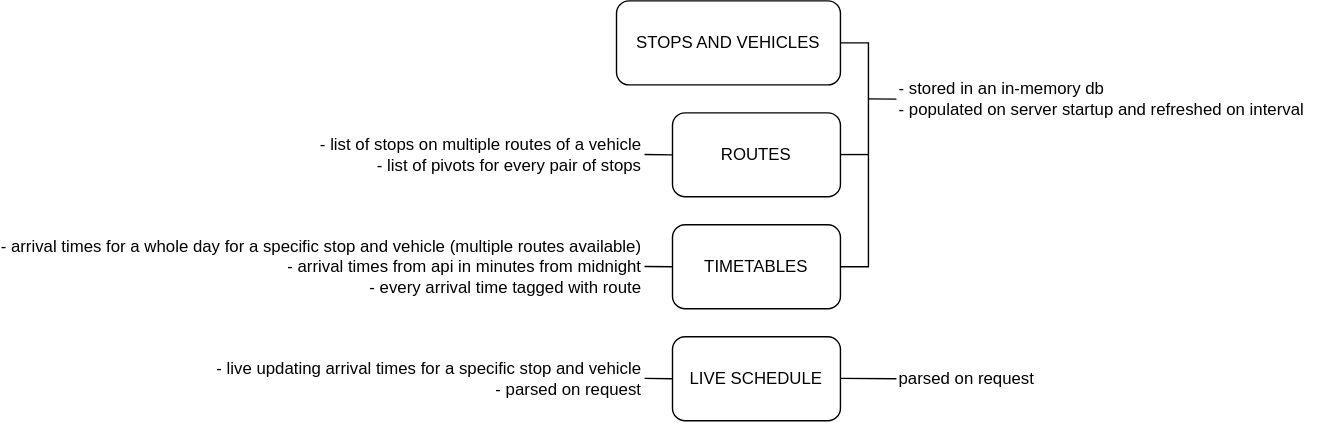
Before: diagrams/components.drawio.svg, a diagram exported from draw.io (BlazekWasTaken/mpk-lodz-parser-net). Source tidied: cells renumbered, new cells last; positions are measured from the earlier drawing's top-left corner, leaving out a move shared by most shapes.
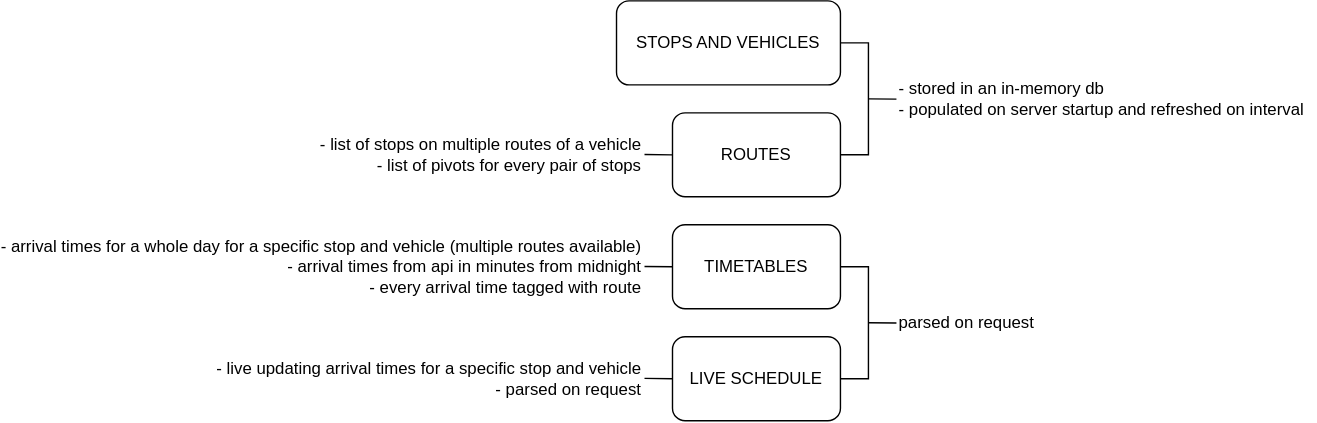
The same diagram one commit later.

Change to the diagram source:
```diff
@@ -5,11 +5,11 @@
     <mxCell id="2" value="STOPS AND VEHICLES" style="rounded=1;whiteSpace=wrap;html=1;" parent="1" vertex="1">
       <mxGeometry x="440" width="160" height="60" as="geometry" />
     </mxCell>
-    <mxCell id="3" style="endArrow=none;html=1;rounded=0;exitX=1;exitY=0.5;exitDx=0;exitDy=0;entryX=1;entryY=0.5;entryDx=0;entryDy=0;" parent="1" edge="1" source="2" target="7">
+    <mxCell id="3" style="endArrow=none;html=1;rounded=0;exitX=1;exitY=0.5;exitDx=0;exitDy=0;entryX=1;entryY=0.5;entryDx=0;entryDy=0;" parent="1" edge="1" source="2" target="8">
       <mxGeometry relative="1" as="geometry">
         <Array as="points">
           <mxPoint x="620" y="30" />
-          <mxPoint x="620" y="190" />
+          <mxPoint x="620" y="110" />
         </Array>
       </mxGeometry>
     </mxCell>
@@ -31,14 +31,8 @@
     <mxCell id="8" value="ROUTES" style="rounded=1;whiteSpace=wrap;html=1;" parent="1" vertex="1">
       <mxGeometry x="480" y="80" width="120" height="60" as="geometry" />
     </mxCell>
-    <mxCell id="9" style="endArrow=none;html=1;rounded=0;exitX=1;exitY=0.5;exitDx=0;exitDy=0;" parent="1" edge="1">
-      <mxGeometry relative="1" as="geometry">
-        <mxPoint x="600" y="269.8" as="sourcePoint" />
-        <mxPoint x="640" y="270" as="targetPoint" />
-      </mxGeometry>
-    </mxCell>
     <mxCell id="10" value="&lt;div&gt;parsed on request&lt;/div&gt;" style="text;html=1;align=left;verticalAlign=middle;whiteSpace=wrap;rounded=0;" parent="1" vertex="1">
-      <mxGeometry x="640" y="250" width="110" height="40" as="geometry" />
+      <mxGeometry x="640" y="210" width="110" height="40" as="geometry" />
     </mxCell>
     <mxCell id="11" style="endArrow=none;html=1;rounded=0;exitX=1;exitY=0.5;exitDx=0;exitDy=0;" parent="1" edge="1">
       <mxGeometry relative="1" as="geometry">
@@ -58,12 +52,6 @@
         <mxPoint x="480" y="270" as="targetPoint" />
       </mxGeometry>
     </mxCell>
-    <mxCell id="15" style="endArrow=none;html=1;rounded=0;exitX=1;exitY=0.5;exitDx=0;exitDy=0;" parent="1" edge="1">
-      <mxGeometry relative="1" as="geometry">
-        <mxPoint x="600" y="109.8" as="sourcePoint" />
-        <mxPoint x="620" y="109.8" as="targetPoint" />
-      </mxGeometry>
-    </mxCell>
     <mxCell id="16" value="&lt;div&gt;- arrival times for a whole day for a specific stop and vehicle (multiple routes available)&lt;/div&gt;&lt;div&gt;- arrival times from api in minutes from midnight&lt;/div&gt;&lt;div&gt;- every arrival time tagged with route&lt;/div&gt;" style="text;html=1;align=right;verticalAlign=middle;whiteSpace=wrap;rounded=0;" parent="1" vertex="1">
       <mxGeometry y="160" width="460" height="60" as="geometry" />
     </mxCell>
@@ -73,5 +61,21 @@
         <mxPoint x="480" y="190" as="targetPoint" />
       </mxGeometry>
     </mxCell>
+    <mxCell id="18" style="endArrow=none;html=1;rounded=0;exitX=1;exitY=0.5;exitDx=0;exitDy=0;entryX=1;entryY=0.5;entryDx=0;entryDy=0;" parent="1" edge="1">
+      <mxGeometry relative="1" as="geometry">
+        <mxPoint x="600" y="190" as="sourcePoint" />
+        <mxPoint x="600" y="270" as="targetPoint" />
+        <Array as="points">
+          <mxPoint x="620" y="190" />
+          <mxPoint x="620" y="270" />
+        </Array>
+      </mxGeometry>
+    </mxCell>
+    <mxCell id="19" style="endArrow=none;html=1;rounded=0;exitX=1;exitY=0.5;exitDx=0;exitDy=0;" parent="1" edge="1">
+      <mxGeometry relative="1" as="geometry">
+        <mxPoint x="620" y="230" as="sourcePoint" />
+        <mxPoint x="640" y="230.2" as="targetPoint" />
+      </mxGeometry>
+    </mxCell>
   </root>
 </mxGraphModel>
```
